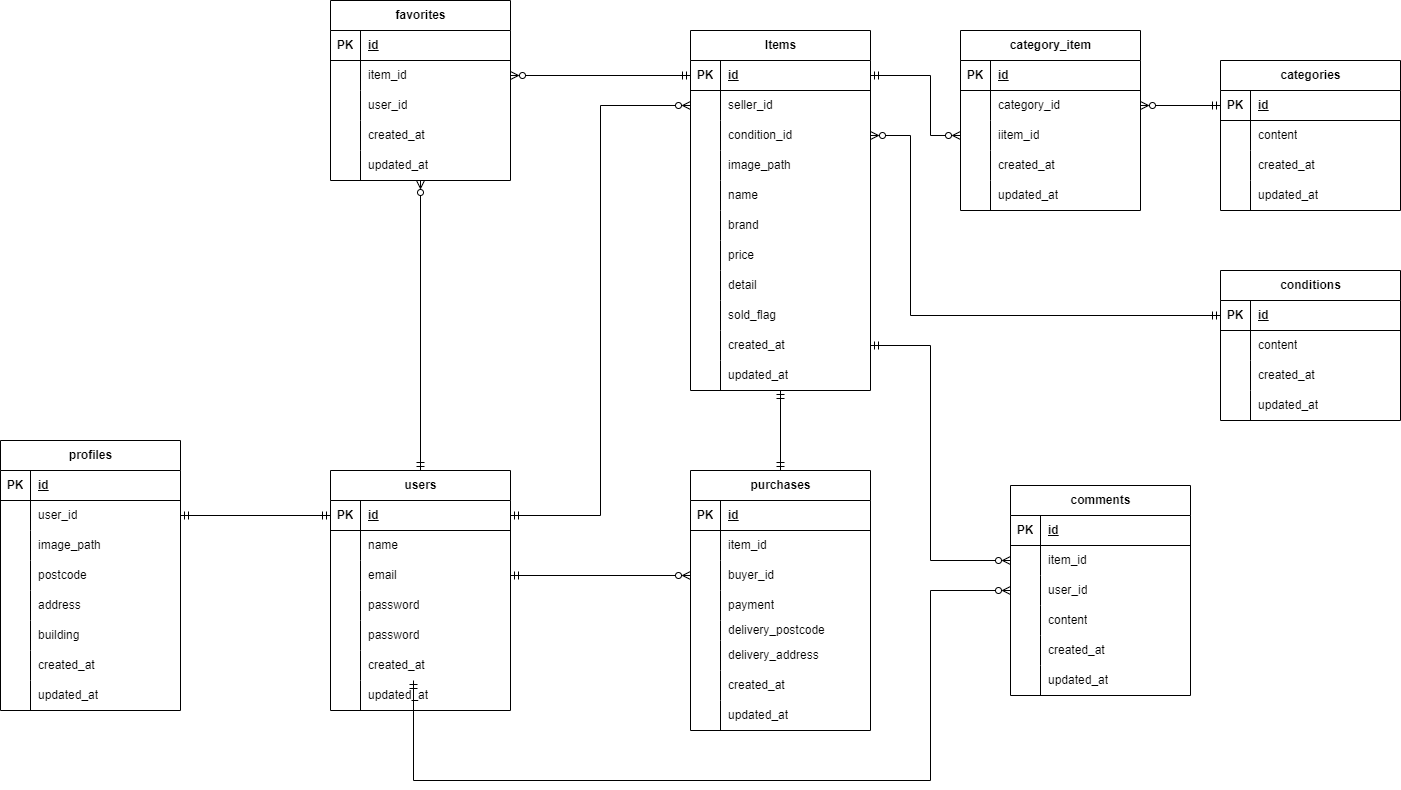
Before: src/er-diagram.drawio.png, a diagram exported from draw.io (Roba-97/ObanaRyota-mockcase1-furima-app). Source tidied: cells renumbered, new cells last; positions are measured from the earlier drawing's top-left corner, leaving out a move shared by most shapes.
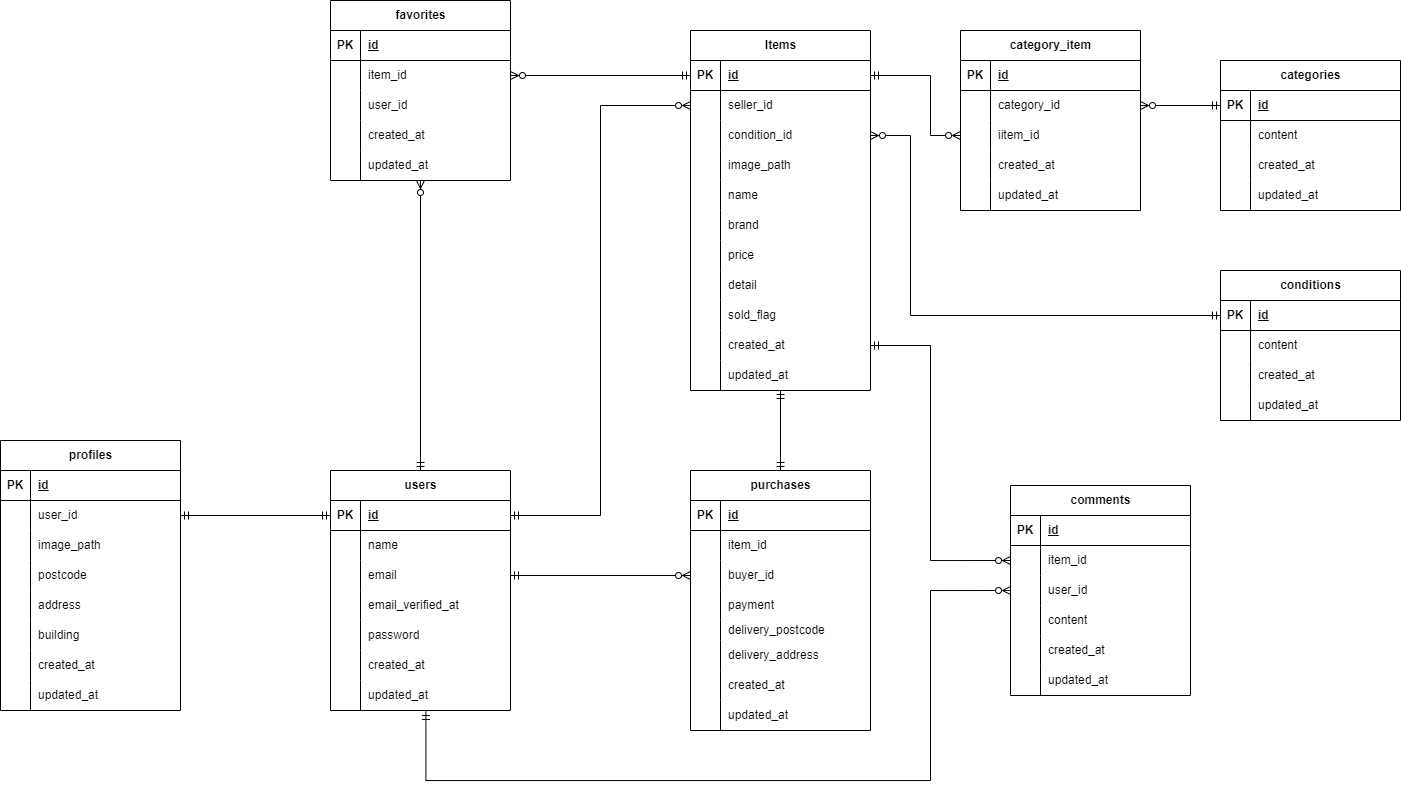
After the commit.

Diff of the diagram source:
```diff
@@ -41,7 +41,7 @@
     <mxCell id="14" style="shape=partialRectangle;fillColor=none;top=0;left=0;bottom=0;right=0;overflow=hidden;whiteSpace=wrap;html=1;" parent="13" vertex="1">
       <mxGeometry width="30" height="30" as="geometry" />
     </mxCell>
-    <mxCell id="15" value="password" style="shape=partialRectangle;fillColor=none;top=0;left=0;bottom=0;right=0;align=left;spacingLeft=6;overflow=hidden;whiteSpace=wrap;html=1;" parent="13" vertex="1">
+    <mxCell id="15" value="email_verified_at" style="shape=partialRectangle;fillColor=none;top=0;left=0;bottom=0;right=0;align=left;spacingLeft=6;overflow=hidden;whiteSpace=wrap;html=1;" parent="13" vertex="1">
       <mxGeometry x="30" width="150" height="30" as="geometry" />
     </mxCell>
     <mxCell id="16" style="shape=tableRow;horizontal=0;startSize=0;swimlaneHead=0;swimlaneBody=0;fillColor=none;top=0;left=0;right=0;bottom=0;" parent="3" vertex="1">
@@ -599,12 +599,12 @@
         </Array>
       </mxGeometry>
     </mxCell>
-    <mxCell id="196" style="edgeStyle=orthogonalEdgeStyle;html=1;exitX=0;exitY=0.5;exitDx=0;exitDy=0;rounded=0;curved=0;endArrow=ERmandOne;endFill=0;startArrow=ERzeroToMany;startFill=0;" parent="1" edge="1" source="133" target="19">
+    <mxCell id="196" style="edgeStyle=orthogonalEdgeStyle;html=1;exitX=0;exitY=0.5;exitDx=0;exitDy=0;rounded=0;curved=0;endArrow=ERmandOne;endFill=0;startArrow=ERzeroToMany;startFill=0;entryX=0.53;entryY=1.033;entryDx=0;entryDy=0;entryPerimeter=0;" parent="1" edge="1" source="133" target="22">
       <mxGeometry relative="1" as="geometry">
         <Array as="points">
           <mxPoint x="930" y="590" />
           <mxPoint x="930" y="780" />
-          <mxPoint x="413" y="780" />
+          <mxPoint x="425" y="780" />
         </Array>
       </mxGeometry>
     </mxCell>
```
